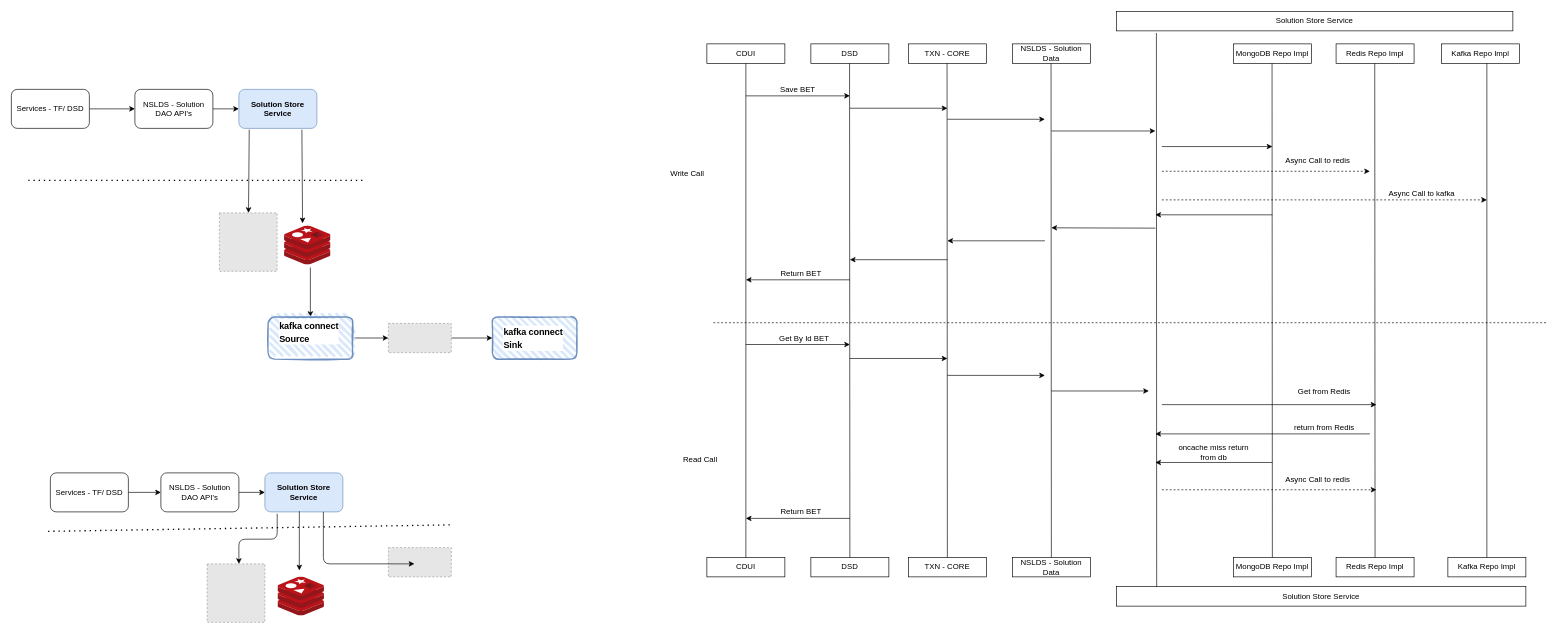
Above: polyglot-bet.drawio in bharathbv44/java (draw.io), before the change. Source tidied: cells renumbered, new cells numbered last; positions are measured from the earlier drawing's top-left corner, leaving out a move shared by most shapes. Both pictures are drawn from the tidied source at 65%, with x=0, y=0 at pixel (11, 11). Pictures stored in the file or linked from it are replaced by grey dashed boxes.
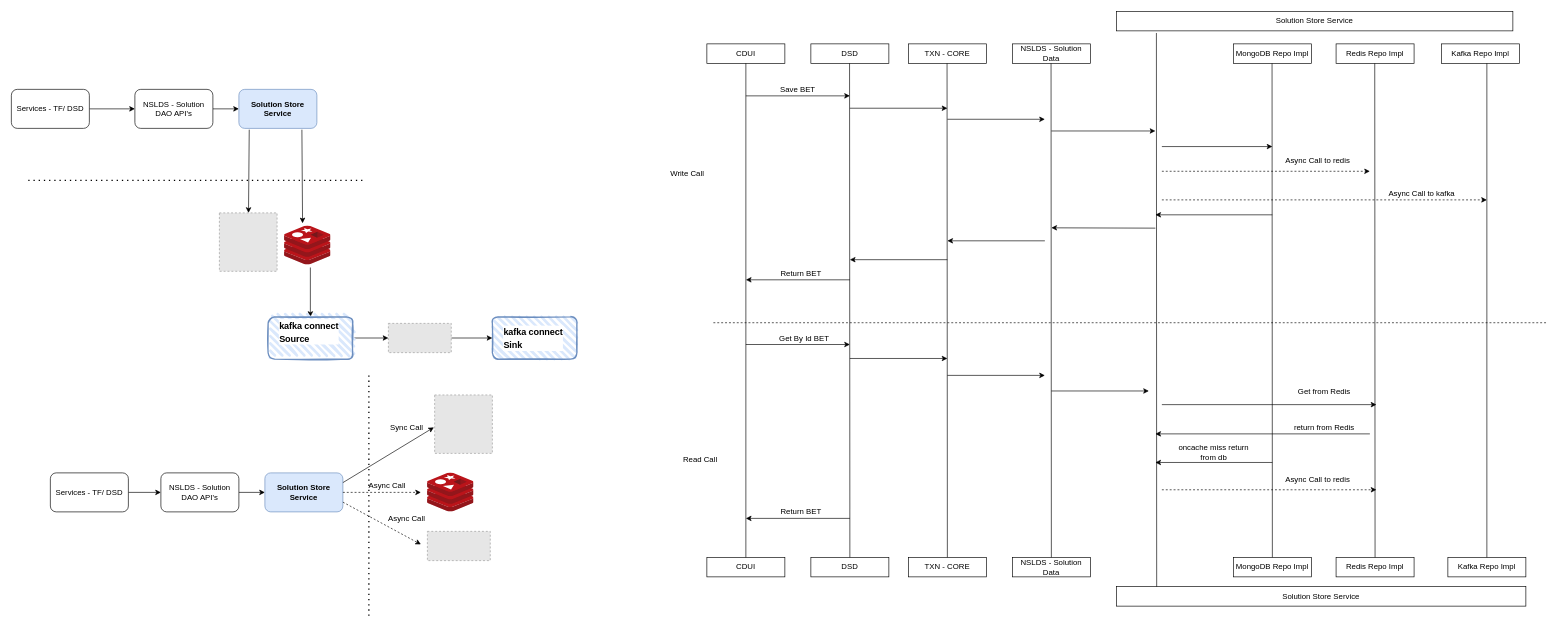
The same diagram, later.

The change refers to these unchanged cells:
```xml
<mxCell id="24" value="&lt;b&gt;Solution Store Service&lt;/b&gt;" style="rounded=1;whiteSpace=wrap;html=1;fillColor=#dae8fc;strokeColor=#6c8ebf;" parent="1" vertex="1">
  <mxGeometry x="390" y="710" width="120" height="60" as="geometry" />
</mxCell>
```

Diff of the diagram source:
```diff
@@
     <mxCell id="25" style="endArrow=none;dashed=1;html=1;dashPattern=1 3;strokeWidth=2;" parent="1" edge="1">
       <mxGeometry relative="1" as="geometry">
-        <mxPoint x="674.4" y="790" as="sourcePoint" />
-        <mxPoint x="54.4" y="800" as="targetPoint" />
+        <mxPoint x="550" y="930" as="sourcePoint" />
+        <mxPoint x="550" y="560" as="targetPoint" />
       </mxGeometry>
     </mxCell>
     <mxCell id="26" style="fillColor=#E6E6E6;strokeColor=#999999;dashed=1;verticalLabelPosition=bottom;labelBackgroundColor=#ffffff;verticalAlign=top;" parent="1" vertex="1">
-      <mxGeometry x="301.2" y="850" width="88.8" height="89.9" as="geometry" />
+      <mxGeometry x="651.2" y="590.1" width="88.8" height="89.9" as="geometry" />
     </mxCell>
     <mxCell id="27" style="html=1;align=center;image;fontSize=12;image=img/lib/mscae/Cache_Redis_Product.svg;" parent="1" vertex="1">
-      <mxGeometry x="410" y="870" width="71.4" height="60" as="geometry" />
+      <mxGeometry x="640" y="710" width="71.4" height="60" as="geometry" />
     </mxCell>
     <mxCell id="28" style="fillColor=#E6E6E6;strokeColor=#999999;dashed=1;verticalLabelPosition=bottom;labelBackgroundColor=#ffffff;verticalAlign=top;" parent="1" vertex="1">
-      <mxGeometry x="580" y="825" width="96.8" height="45" as="geometry" />
+      <mxGeometry x="640" y="800" width="96.8" height="45" as="geometry" />
     </mxCell>
-    <mxCell id="29" style="edgeStyle=elbowEdgeStyle;elbow=vertical;endArrow=classic;html=1;exitX=0.158;exitY=1.05;exitDx=0;exitDy=0;exitPerimeter=0;" parent="1" edge="1" source="24">
-      <mxGeometry relative="1" as="geometry">
-        <mxPoint x="350" y="850" as="targetPoint" />
-      </mxGeometry>
-    </mxCell>
-    <mxCell id="30" style="edgeStyle=elbowEdgeStyle;elbow=vertical;endArrow=classic;html=1;exitX=0.75;exitY=1;exitDx=0;exitDy=0;" parent="1" edge="1" source="24">
-      <mxGeometry relative="1" as="geometry">
-        <mxPoint x="620" y="850" as="targetPoint" />
-        <Array as="points">
-          <mxPoint x="550" y="850" />
-        </Array>
-      </mxGeometry>
-    </mxCell>
-    <mxCell id="31" style="endArrow=classic;html=1;exitX=0.442;exitY=0.983;exitDx=0;exitDy=0;exitPerimeter=0;" parent="1" edge="1" source="24">
-      <mxGeometry relative="1" as="geometry">
-        <mxPoint x="443" y="860" as="targetPoint" />
-      </mxGeometry>
-    </mxCell>
@@
+    <mxCell id="90" style="endArrow=classic;html=1;strokeWidth=1;exitX=1;exitY=0.25;exitDx=0;exitDy=0;" parent="1" edge="1" source="24">
+      <mxGeometry relative="1" as="geometry">
+        <mxPoint x="650" y="640" as="targetPoint" />
+      </mxGeometry>
+    </mxCell>
+    <mxCell id="91" style="endArrow=classic;html=1;strokeWidth=1;exitX=1;exitY=0.5;exitDx=0;exitDy=0;dashed=1;" parent="1" edge="1" source="24">
+      <mxGeometry relative="1" as="geometry">
+        <mxPoint x="630" y="740" as="targetPoint" />
+      </mxGeometry>
+    </mxCell>
+    <mxCell id="92" style="endArrow=classic;html=1;dashed=1;strokeWidth=1;exitX=1;exitY=0.75;exitDx=0;exitDy=0;" parent="1" edge="1" source="24">
+      <mxGeometry relative="1" as="geometry">
+        <mxPoint x="630" y="820" as="targetPoint" />
+      </mxGeometry>
+    </mxCell>
+    <mxCell id="93" value="Async Call&amp;nbsp;" style="text;html=1;strokeColor=none;fillColor=none;align=center;verticalAlign=middle;whiteSpace=wrap;rounded=0;" parent="1" vertex="1">
+      <mxGeometry x="520" y="720" width="120" height="20" as="geometry" />
+    </mxCell>
+    <mxCell id="94" value="Async Call&amp;nbsp;" style="text;html=1;strokeColor=none;fillColor=none;align=center;verticalAlign=middle;whiteSpace=wrap;rounded=0;" parent="1" vertex="1">
+      <mxGeometry x="560" y="770" width="100" height="20" as="geometry" />
+    </mxCell>
+    <mxCell id="95" value="Sync Call&amp;nbsp;" style="text;html=1;strokeColor=none;fillColor=none;align=center;verticalAlign=middle;whiteSpace=wrap;rounded=0;" parent="1" vertex="1">
+      <mxGeometry x="550" y="630" width="120" height="20" as="geometry" />
+    </mxCell>
```
